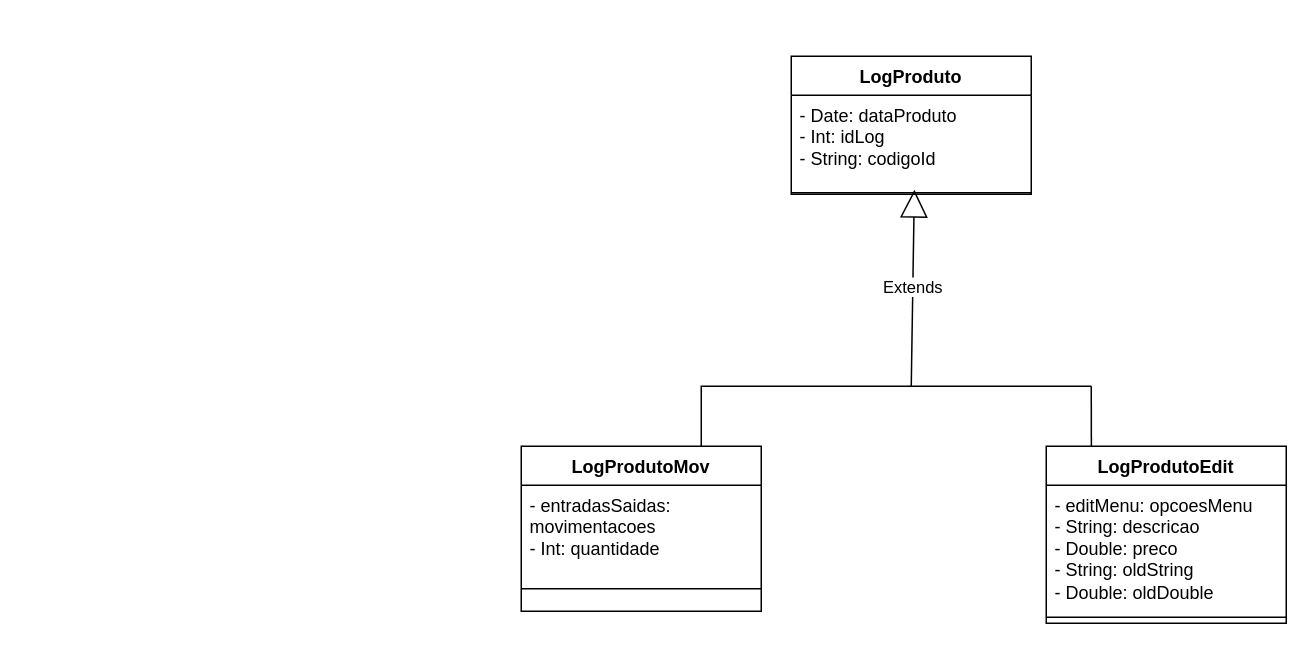
The draw.io diagram src/UmlModels/LogProduto.drawio in matheuszsh/cadastroDeProdutos, before the edit. Source tidied: cells renumbered, new cells numbered last; positions are measured from the earlier drawing's top-left corner, leaving out a move shared by most shapes. Both pictures are drawn from the tidied source at 150%, with x=0, y=0 at pixel (520, 56).
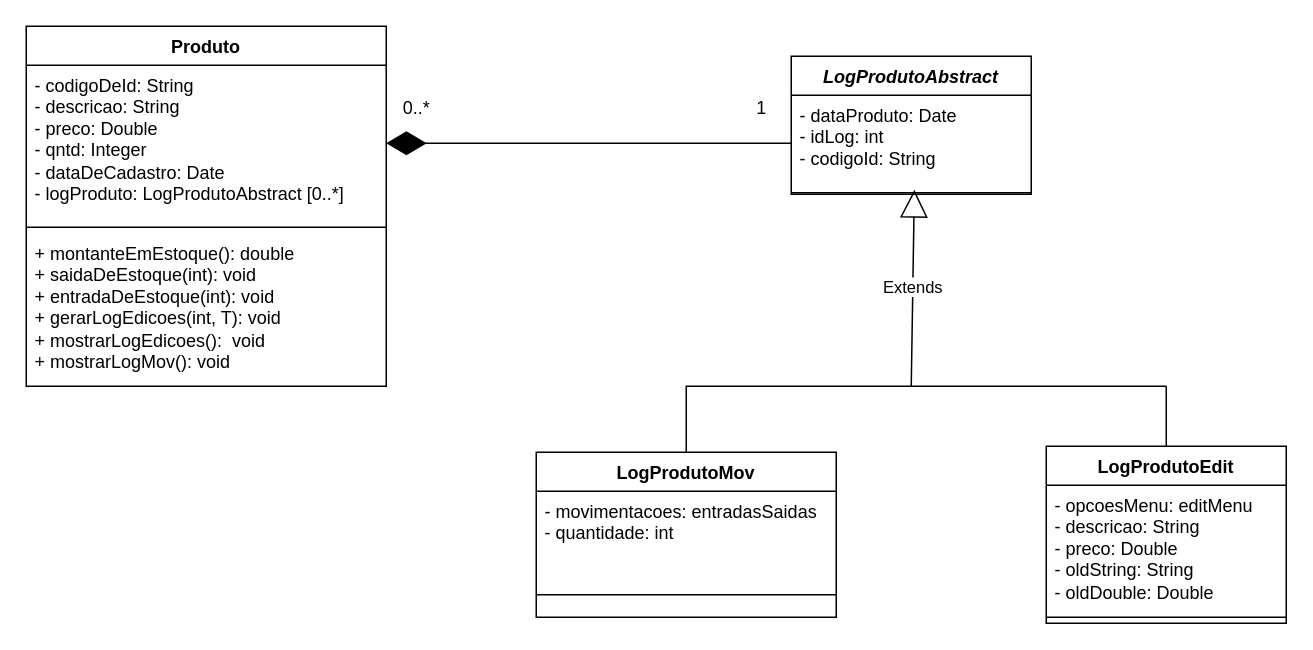
The same page after the edit.

Unchanged cells that the change refers to:
```xml
<mxCell id="9" value="LogProdutoEdit" style="swimlane;fontStyle=1;align=center;verticalAlign=top;horizontal=1;startSize=26;whiteSpace=wrap;html=1;" parent="1" vertex="1">
  <mxGeometry x="350" y="260" width="160" height="118" as="geometry" />
</mxCell>
```

Change to the diagram source:
```diff
@@
-    <mxCell id="2" value="LogProduto" style="swimlane;fontStyle=1;align=center;verticalAlign=top;horizontal=1;startSize=26;whiteSpace=wrap;html=1;" parent="1" vertex="1">
+    <mxCell id="2" value="&lt;i&gt;LogProdutoAbstract&lt;/i&gt;" style="swimlane;fontStyle=1;align=center;verticalAlign=top;horizontal=1;startSize=26;whiteSpace=wrap;html=1;" parent="1" vertex="1">
       <mxGeometry x="180" width="160" height="92" as="geometry" />
     </mxCell>
-    <mxCell id="3" value="- Date: dataProduto&lt;div&gt;- Int: idLog&lt;/div&gt;&lt;div&gt;- String: codigoId&lt;/div&gt;&lt;div&gt;&lt;br&gt;&lt;/div&gt;" style="text;strokeColor=none;fillColor=none;align=left;verticalAlign=top;spacingLeft=4;spacingRight=4;overflow=hidden;points=[[0,0.5],[1,0.5]];portConstraint=eastwest;whiteSpace=wrap;html=1;" parent="2" vertex="1">
+    <mxCell id="3" value="- dataProduto: Date&lt;div&gt;- idLog: int&lt;/div&gt;&lt;div&gt;- codigoId: String&lt;/div&gt;&lt;div&gt;&lt;br&gt;&lt;/div&gt;" style="text;strokeColor=none;fillColor=none;align=left;verticalAlign=top;spacingLeft=4;spacingRight=4;overflow=hidden;points=[[0,0.5],[1,0.5]];portConstraint=eastwest;whiteSpace=wrap;html=1;" parent="2" vertex="1">
       <mxGeometry y="26" width="160" height="64" as="geometry" />
     </mxCell>
@@
     <mxCell id="5" value="LogProdutoMov" style="swimlane;fontStyle=1;align=center;verticalAlign=top;horizontal=1;startSize=26;whiteSpace=wrap;html=1;" parent="1" vertex="1">
-      <mxGeometry y="260" width="160" height="110" as="geometry" />
+      <mxGeometry x="10" y="264" width="200" height="110" as="geometry" />
     </mxCell>
-    <mxCell id="6" value="- entradasSaidas: movimentacoes&lt;div&gt;- Int: quantidade&lt;/div&gt;" style="text;strokeColor=none;fillColor=none;align=left;verticalAlign=top;spacingLeft=4;spacingRight=4;overflow=hidden;whiteSpace=wrap;html=1;" parent="5" vertex="1">
-      <mxGeometry y="26" width="160" height="54" as="geometry" />
+    <mxCell id="6" value="- movimentacoes: entradasSaidas&lt;div&gt;- quantidade: int&lt;/div&gt;" style="text;strokeColor=none;fillColor=none;align=left;verticalAlign=top;spacingLeft=4;spacingRight=4;overflow=hidden;whiteSpace=wrap;html=1;" parent="5" vertex="1">
+      <mxGeometry y="26" width="200" height="54" as="geometry" />
     </mxCell>
     <mxCell id="7" style="line;strokeWidth=1;fillColor=none;align=left;verticalAlign=middle;spacingTop=-1;spacingLeft=3;spacingRight=3;labelPosition=right;strokeColor=inherit;" parent="5" vertex="1">
-      <mxGeometry y="80" width="160" height="30" as="geometry" />
+      <mxGeometry y="80" width="200" height="30" as="geometry" />
     </mxCell>
-    <mxCell id="8" style="endArrow=none;html=1;rounded=0;exitX=0.75;exitY=0;exitDx=0;exitDy=0;" parent="1" edge="1" source="5">
+    <mxCell id="8" style="endArrow=none;html=1;rounded=0;exitX=0.5;exitY=0;exitDx=0;exitDy=0;" parent="1" edge="1" source="5">
       <mxGeometry relative="1" as="geometry">
-        <mxPoint x="380" y="220" as="targetPoint" />
+        <mxPoint x="430" y="220" as="targetPoint" />
         <Array as="points">
-          <mxPoint x="120" y="220" />
+          <mxPoint x="110" y="220" />
         </Array>
       </mxGeometry>
     </mxCell>
@@
-    <mxCell id="10" value="- editMenu: opcoesMenu&lt;div&gt;- String: descricao&lt;/div&gt;&lt;div&gt;- Double: preco&lt;/div&gt;&lt;div&gt;- String: oldString&lt;/div&gt;&lt;div&gt;- Double: oldDouble&lt;/div&gt;" style="text;strokeColor=none;fillColor=none;align=left;verticalAlign=top;spacingLeft=4;spacingRight=4;overflow=hidden;whiteSpace=wrap;html=1;" parent="9" vertex="1">
+    <mxCell id="10" value="- opcoesMenu: editMenu&lt;div&gt;- descricao: String&lt;/div&gt;&lt;div&gt;- preco: Double&lt;/div&gt;&lt;div&gt;- oldString: String&lt;/div&gt;&lt;div&gt;- oldDouble: Double&lt;/div&gt;" style="text;strokeColor=none;fillColor=none;align=left;verticalAlign=top;spacingLeft=4;spacingRight=4;overflow=hidden;whiteSpace=wrap;html=1;" parent="9" vertex="1">
       <mxGeometry y="26" width="160" height="84" as="geometry" />
     </mxCell>
@@
-    <mxCell id="12" style="endArrow=none;html=1;rounded=0;exitX=0.188;exitY=0;exitDx=0;exitDy=0;exitPerimeter=0;" parent="1" edge="1" source="9">
+    <mxCell id="12" style="endArrow=none;html=1;rounded=0;exitX=0.5;exitY=0;exitDx=0;exitDy=0;" parent="1" edge="1" source="9">
       <mxGeometry relative="1" as="geometry">
-        <mxPoint x="380" y="220" as="targetPoint" />
+        <mxPoint x="430" y="220" as="targetPoint" />
       </mxGeometry>
     </mxCell>
@@
+    <mxCell id="14" value="Produto" style="swimlane;fontStyle=1;align=center;verticalAlign=top;horizontal=1;startSize=26;whiteSpace=wrap;html=1;" parent="1" vertex="1">
+      <mxGeometry x="-330" y="-20" width="240" height="240" as="geometry" />
+    </mxCell>
+    <mxCell id="15" value="- codigoDeId: String&lt;div&gt;- descricao: String&lt;/div&gt;&lt;div&gt;- preco: Double&lt;/div&gt;&lt;div&gt;- qntd: Integer&lt;/div&gt;&lt;div&gt;- dataDeCadastro: Date&lt;/div&gt;&lt;div&gt;- logProduto: LogProdutoAbstract [0..*]&lt;/div&gt;&lt;div&gt;&lt;br&gt;&lt;/div&gt;" style="text;strokeColor=none;fillColor=none;align=left;verticalAlign=top;spacingLeft=4;spacingRight=4;overflow=hidden;points=[[0,0.5],[1,0.5]];portConstraint=eastwest;whiteSpace=wrap;html=1;" parent="14" vertex="1">
+      <mxGeometry y="26" width="240" height="104" as="geometry" />
+    </mxCell>
+    <mxCell id="16" style="line;strokeWidth=1;fillColor=none;align=left;verticalAlign=middle;spacingTop=-1;spacingLeft=3;spacingRight=3;labelPosition=right;strokeColor=inherit;" parent="14" vertex="1">
+      <mxGeometry y="130" width="240" height="8" as="geometry" />
+    </mxCell>
+    <mxCell id="17" value="&lt;div&gt;+ montanteEmEstoque(): double&lt;/div&gt;&lt;div&gt;+ saidaDeEstoque(int): void&lt;/div&gt;&lt;div&gt;+ entradaDeEstoque(int): void&lt;/div&gt;&lt;div&gt;+ gerarLogEdicoes(int, T): void&lt;/div&gt;+ mostrarLogEdicoes():&amp;nbsp; void&lt;div&gt;+ mostrarLogMov(): void&lt;/div&gt;" style="text;strokeColor=none;fillColor=none;align=left;verticalAlign=top;spacingLeft=4;spacingRight=4;overflow=hidden;whiteSpace=wrap;html=1;" parent="14" vertex="1">
+      <mxGeometry y="138" width="240" height="102" as="geometry" />
+    </mxCell>
+    <mxCell id="18" style="endArrow=diamondThin;endFill=1;endSize=24;html=1;rounded=0;exitX=0;exitY=0.5;exitDx=0;exitDy=0;" parent="1" edge="1" source="3" target="15">
+      <mxGeometry relative="1" as="geometry" />
+    </mxCell>
+    <mxCell id="19" value="0..*" style="text;html=1;align=center;verticalAlign=middle;strokeColor=none;fillColor=none;" parent="1" vertex="1">
+      <mxGeometry x="-90" y="20" width="40" height="30" as="geometry" />
+    </mxCell>
+    <mxCell id="20" value="1" style="text;html=1;align=center;verticalAlign=middle;strokeColor=none;fillColor=none;" parent="1" vertex="1">
+      <mxGeometry x="145" y="20" width="30" height="30" as="geometry" />
+    </mxCell>
```
